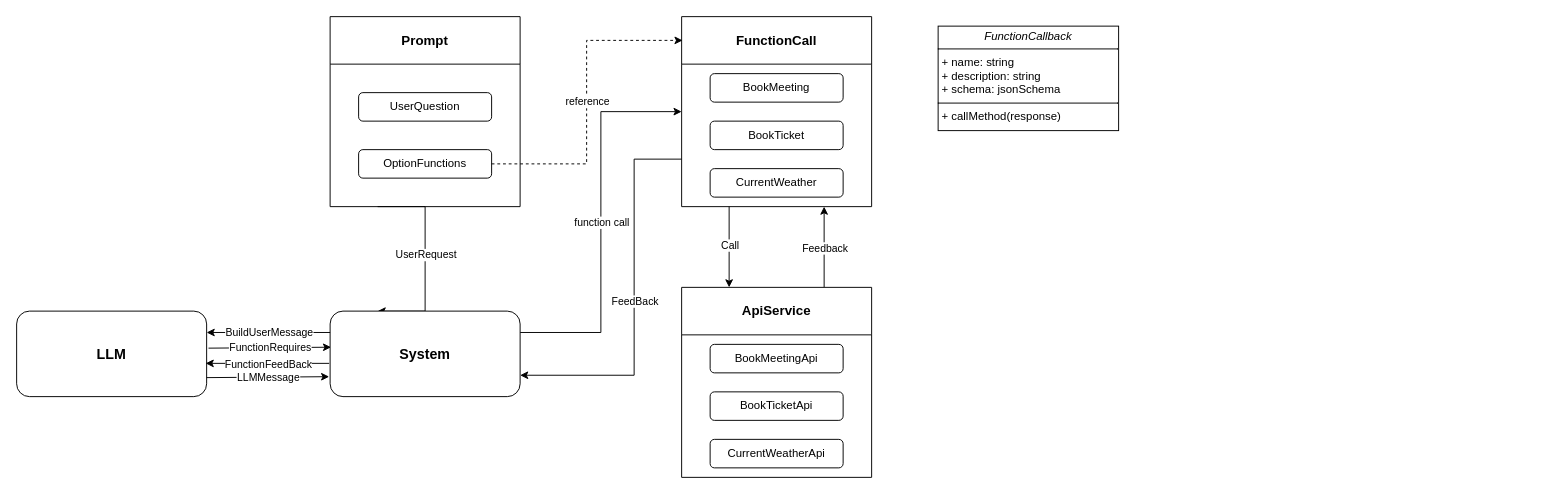
kejoe-zhang/configRepo keeps this draw.io diagram as page.drawio. Above is the earlier version. Source tidied: cells renumbered, new cells numbered last; positions are measured from the earlier drawing's top-left corner, leaving out a move shared by most shapes. Both pictures are drawn from the tidied source at 95%, with x=0, y=0 at pixel (16, 16).
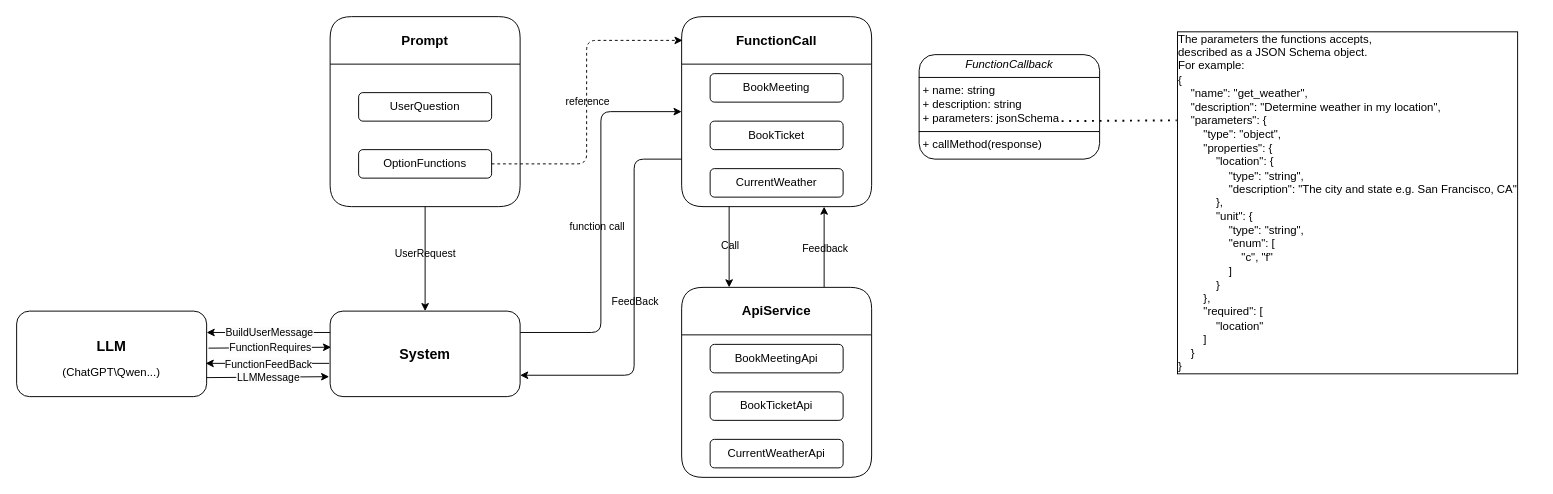
Above is the later version.

The edit, as a diff of the source:
```diff
@@
-    <mxCell id="2" style="edgeStyle=orthogonalEdgeStyle;rounded=0;jettySize=auto;html=1;exitX=0.25;exitY=1;exitDx=0;exitDy=0;entryX=0.25;entryY=0;entryDx=0;entryDy=0;" parent="1" edge="1" source="4" target="27">
-      <mxGeometry relative="1" as="geometry">
-        <Array as="points">
-          <mxPoint x="430" y="200" />
-          <mxPoint x="430" y="310" />
-        </Array>
-      </mxGeometry>
+    <mxCell id="2" value="UserRequest" style="edgeStyle=orthogonalEdgeStyle;rounded=1;jettySize=auto;html=1;exitX=0.5;exitY=1;exitDx=0;exitDy=0;entryX=0.5;entryY=0;entryDx=0;entryDy=0;labelBackgroundColor=none;fontColor=default;" parent="1" edge="1" source="4" target="27">
+      <mxGeometry x="-0.09" relative="1" as="geometry" />
     </mxCell>
-    <mxCell id="3" value="UserRequest" style="edgeLabel;html=1;align=center;verticalAlign=middle;" parent="2" vertex="1">
-      <mxGeometry x="-0.42" relative="1" as="geometry">
-        <mxPoint y="39" as="offset" />
-      </mxGeometry>
-    </mxCell>
-    <mxCell id="4" value="Prompt" style="swimlane;startSize=50;fontSize=14;whiteSpace=wrap;" parent="1" vertex="1">
+    <mxCell id="4" value="Prompt" style="swimlane;startSize=50;fontSize=14;whiteSpace=wrap;rounded=1;labelBackgroundColor=none;" parent="1" vertex="1">
       <mxGeometry x="330" width="200" height="200" as="geometry" />
     </mxCell>
-    <mxCell id="5" value="UserQuestion" style="rounded=1;whiteSpace=wrap;html=1;" parent="4" vertex="1">
+    <mxCell id="5" value="UserQuestion" style="rounded=1;whiteSpace=wrap;html=1;labelBackgroundColor=none;" parent="4" vertex="1">
       <mxGeometry x="30" y="80" width="140" height="30" as="geometry" />
     </mxCell>
-    <mxCell id="6" value="OptionFunctions" style="rounded=1;whiteSpace=wrap;html=1;" parent="4" vertex="1">
+    <mxCell id="6" value="OptionFunctions" style="rounded=1;whiteSpace=wrap;html=1;labelBackgroundColor=none;" parent="4" vertex="1">
       <mxGeometry x="30" y="140" width="140" height="30" as="geometry" />
     </mxCell>
-    <mxCell id="7" style="edgeStyle=orthogonalEdgeStyle;rounded=0;jettySize=auto;html=1;exitX=0.25;exitY=1;exitDx=0;exitDy=0;entryX=0.25;entryY=0;entryDx=0;entryDy=0;" parent="1" edge="1" source="13" target="19">
+    <mxCell id="7" style="edgeStyle=orthogonalEdgeStyle;rounded=1;jettySize=auto;html=1;exitX=0.25;exitY=1;exitDx=0;exitDy=0;entryX=0.25;entryY=0;entryDx=0;entryDy=0;labelBackgroundColor=none;fontColor=default;" parent="1" edge="1" source="13" target="19">
       <mxGeometry relative="1" as="geometry" />
     </mxCell>
-    <mxCell id="8" value="Call" style="edgeLabel;html=1;align=center;verticalAlign=middle;" parent="7" vertex="1">
+    <mxCell id="8" value="Call" style="edgeLabel;html=1;align=center;verticalAlign=middle;rounded=1;labelBackgroundColor=none;" parent="7" vertex="1">
       <mxGeometry x="-0.41" relative="1" as="geometry">
         <mxPoint y="15" as="offset" />
       </mxGeometry>
     </mxCell>
-    <mxCell id="9" style="edgeStyle=orthogonalEdgeStyle;rounded=0;jettySize=auto;html=1;exitX=0.75;exitY=1;exitDx=0;exitDy=0;entryX=0.75;entryY=0;entryDx=0;entryDy=0;endArrow=none;endFill=0;startArrow=classic;startFill=1;" parent="1" edge="1" source="13" target="19">
+    <mxCell id="9" style="edgeStyle=orthogonalEdgeStyle;rounded=1;jettySize=auto;html=1;exitX=0.75;exitY=1;exitDx=0;exitDy=0;entryX=0.75;entryY=0;entryDx=0;entryDy=0;endArrow=none;endFill=0;startArrow=classic;startFill=1;labelBackgroundColor=none;fontColor=default;" parent="1" edge="1" source="13" target="19">
       <mxGeometry relative="1" as="geometry" />
     </mxCell>
-    <mxCell id="10" value="Feedback" style="edgeLabel;html=1;align=center;verticalAlign=middle;" parent="9" vertex="1">
+    <mxCell id="10" value="Feedback" style="edgeLabel;html=1;align=center;verticalAlign=middle;rounded=1;labelBackgroundColor=none;" parent="9" vertex="1">
       <mxGeometry relative="1" as="geometry" />
     </mxCell>
-    <mxCell id="11" style="edgeStyle=orthogonalEdgeStyle;rounded=0;jettySize=auto;html=1;exitX=0;exitY=0.75;exitDx=0;exitDy=0;entryX=1;entryY=0.75;entryDx=0;entryDy=0;" parent="1" edge="1" source="13" target="27">
+    <mxCell id="11" style="edgeStyle=orthogonalEdgeStyle;rounded=1;jettySize=auto;html=1;exitX=0;exitY=0.75;exitDx=0;exitDy=0;entryX=1;entryY=0.75;entryDx=0;entryDy=0;labelBackgroundColor=none;fontColor=default;" parent="1" edge="1" source="13" target="27">
       <mxGeometry relative="1" as="geometry">
         <Array as="points">
           <mxPoint x="650" y="150" />
           <mxPoint x="650" y="378" />
         </Array>
       </mxGeometry>
     </mxCell>
-    <mxCell id="12" value="FeedBack" style="edgeLabel;html=1;align=center;verticalAlign=middle;" parent="11" vertex="1">
+    <mxCell id="12" value="FeedBack" style="edgeLabel;html=1;align=center;verticalAlign=middle;rounded=1;labelBackgroundColor=none;" parent="11" vertex="1">
       <mxGeometry relative="1" as="geometry" />
     </mxCell>
-    <mxCell id="13" value="FunctionCall" style="swimlane;startSize=50;fontSize=14;whiteSpace=wrap;" parent="1" vertex="1">
+    <mxCell id="13" value="FunctionCall" style="swimlane;startSize=50;fontSize=14;whiteSpace=wrap;rounded=1;labelBackgroundColor=none;" parent="1" vertex="1">
       <mxGeometry x="700" width="200" height="200" as="geometry" />
     </mxCell>
-    <mxCell id="14" value="BookMeeting" style="rounded=1;whiteSpace=wrap;html=1;" parent="13" vertex="1">
+    <mxCell id="14" value="BookMeeting" style="rounded=1;whiteSpace=wrap;html=1;labelBackgroundColor=none;" parent="13" vertex="1">
       <mxGeometry x="30" y="60" width="140" height="30" as="geometry" />
     </mxCell>
-    <mxCell id="15" value="BookTicket" style="rounded=1;whiteSpace=wrap;html=1;" parent="13" vertex="1">
+    <mxCell id="15" value="BookTicket" style="rounded=1;whiteSpace=wrap;html=1;labelBackgroundColor=none;" parent="13" vertex="1">
       <mxGeometry x="30" y="110" width="140" height="30" as="geometry" />
     </mxCell>
-    <mxCell id="16" value="CurrentWeather" style="rounded=1;whiteSpace=wrap;html=1;" parent="13" vertex="1">
+    <mxCell id="16" value="CurrentWeather" style="rounded=1;whiteSpace=wrap;html=1;labelBackgroundColor=none;" parent="13" vertex="1">
       <mxGeometry x="30" y="160" width="140" height="30" as="geometry" />
     </mxCell>
-    <mxCell id="17" value="LLM" style="rounded=1;whiteSpace=wrap;html=1;fontSize=15;fontStyle=1;" parent="1" vertex="1">
+    <mxCell id="17" value="&lt;p style=&quot;line-height: 0%; padding-bottom: 0px; margin-top: -2px;&quot;&gt;LLM&lt;/p&gt;" style="rounded=1;whiteSpace=wrap;html=1;fontSize=15;fontStyle=1;verticalAlign=middle;horizontal=1;glass=0;labelBorderColor=none;labelBackgroundColor=none;direction=east;" parent="1" vertex="1">
       <mxGeometry y="310" width="200" height="90" as="geometry" />
     </mxCell>
-    <mxCell id="18" value="&lt;p style=&quot;margin:0px;margin-top:4px;text-align:center;&quot;&gt;&lt;i&gt;FunctionCallback&lt;/i&gt;&lt;/p&gt;&lt;hr size=&quot;1&quot; style=&quot;border-style:solid;&quot;&gt;&lt;p style=&quot;margin:0px;margin-left:4px;&quot;&gt;+ name: string&lt;br&gt;+ description: string&lt;/p&gt;&lt;p style=&quot;margin:0px;margin-left:4px;&quot;&gt;+ schema: jsonSchema&lt;/p&gt;&lt;hr size=&quot;1&quot; style=&quot;border-style:solid;&quot;&gt;&lt;p style=&quot;margin:0px;margin-left:4px;&quot;&gt;+ callMethod(response)&lt;/p&gt;" style="verticalAlign=top;align=left;overflow=fill;html=1;whiteSpace=wrap;" parent="1" vertex="1">
-      <mxGeometry x="970" y="10" width="190" height="110" as="geometry" />
+    <mxCell id="18" value="&lt;p style=&quot;margin:0px;margin-top:4px;text-align:center;&quot;&gt;&lt;i&gt;FunctionCallback&lt;/i&gt;&lt;/p&gt;&lt;hr size=&quot;1&quot; style=&quot;border-style:solid;&quot;&gt;&lt;p style=&quot;margin:0px;margin-left:4px;&quot;&gt;+ name: string&lt;br&gt;+ description: string&lt;/p&gt;&lt;p style=&quot;margin:0px;margin-left:4px;&quot;&gt;+ parameters: jsonSchema&lt;/p&gt;&lt;hr size=&quot;1&quot; style=&quot;border-style:solid;&quot;&gt;&lt;p style=&quot;margin:0px;margin-left:4px;&quot;&gt;+ callMethod(response)&lt;/p&gt;" style="verticalAlign=top;align=left;overflow=fill;html=1;whiteSpace=wrap;rounded=1;labelBackgroundColor=none;" parent="1" vertex="1">
+      <mxGeometry x="950" y="40" width="190" height="110" as="geometry" />
     </mxCell>
-    <mxCell id="19" value="ApiService" style="swimlane;startSize=50;whiteSpace=wrap;fontSize=14;" parent="1" vertex="1">
+    <mxCell id="19" value="ApiService" style="swimlane;startSize=50;whiteSpace=wrap;fontSize=14;rounded=1;labelBackgroundColor=none;" parent="1" vertex="1">
       <mxGeometry x="700" y="285" width="200" height="200" as="geometry" />
     </mxCell>
-    <mxCell id="20" value="BookMeetingApi" style="rounded=1;whiteSpace=wrap;html=1;" parent="19" vertex="1">
+    <mxCell id="20" value="BookMeetingApi" style="rounded=1;whiteSpace=wrap;html=1;labelBackgroundColor=none;" parent="19" vertex="1">
       <mxGeometry x="30" y="60" width="140" height="30" as="geometry" />
     </mxCell>
-    <mxCell id="21" value="BookTicketApi" style="rounded=1;whiteSpace=wrap;html=1;" parent="19" vertex="1">
+    <mxCell id="21" value="BookTicketApi" style="rounded=1;whiteSpace=wrap;html=1;labelBackgroundColor=none;" parent="19" vertex="1">
       <mxGeometry x="30" y="110" width="140" height="30" as="geometry" />
     </mxCell>
-    <mxCell id="22" value="CurrentWeatherApi" style="rounded=1;whiteSpace=wrap;html=1;" parent="19" vertex="1">
+    <mxCell id="22" value="CurrentWeatherApi" style="rounded=1;whiteSpace=wrap;html=1;labelBackgroundColor=none;" parent="19" vertex="1">
       <mxGeometry x="30" y="160" width="140" height="30" as="geometry" />
     </mxCell>
-    <mxCell id="23" style="edgeStyle=orthogonalEdgeStyle;rounded=0;jettySize=auto;html=1;exitX=1;exitY=0.5;exitDx=0;exitDy=0;entryX=0.005;entryY=0.125;entryDx=0;entryDy=0;entryPerimeter=0;dashed=1;" parent="1" edge="1" source="6" target="13">
+    <mxCell id="23" style="edgeStyle=orthogonalEdgeStyle;rounded=1;jettySize=auto;html=1;exitX=1;exitY=0.5;exitDx=0;exitDy=0;entryX=0.005;entryY=0.125;entryDx=0;entryDy=0;entryPerimeter=0;dashed=1;labelBackgroundColor=none;fontColor=default;" parent="1" edge="1" source="6" target="13">
       <mxGeometry relative="1" as="geometry" />
     </mxCell>
-    <mxCell id="24" value="reference" style="edgeLabel;html=1;align=center;verticalAlign=middle;" parent="23" vertex="1">
+    <mxCell id="24" value="reference" style="edgeLabel;html=1;align=center;verticalAlign=middle;rounded=1;labelBackgroundColor=none;" parent="23" vertex="1">
       <mxGeometry relative="1" as="geometry" />
     </mxCell>
-    <mxCell id="25" style="edgeStyle=orthogonalEdgeStyle;rounded=0;jettySize=auto;html=1;exitX=1;exitY=0.25;exitDx=0;exitDy=0;entryX=0;entryY=0.5;entryDx=0;entryDy=0;" parent="1" edge="1" source="27" target="13">
+    <mxCell id="25" style="edgeStyle=orthogonalEdgeStyle;rounded=1;jettySize=auto;html=1;exitX=1;exitY=0.25;exitDx=0;exitDy=0;entryX=0;entryY=0.5;entryDx=0;entryDy=0;labelBackgroundColor=none;fontColor=default;" parent="1" edge="1" source="27" target="13">
       <mxGeometry relative="1" as="geometry" />
     </mxCell>
-    <mxCell id="26" value="function call" style="edgeLabel;html=1;align=center;verticalAlign=middle;" parent="25" vertex="1">
-      <mxGeometry relative="1" as="geometry" />
+    <mxCell id="26" value="function call" style="edgeLabel;html=1;align=center;verticalAlign=middle;rounded=1;labelBackgroundColor=none;" parent="25" vertex="1">
+      <mxGeometry relative="1" as="geometry">
+        <mxPoint x="-5" y="4" as="offset" />
+      </mxGeometry>
     </mxCell>
-    <mxCell id="27" value="System" style="rounded=1;whiteSpace=wrap;html=1;fontSize=15;fontStyle=1;" parent="1" vertex="1">
+    <mxCell id="27" value="System" style="rounded=1;whiteSpace=wrap;html=1;fontSize=15;fontStyle=1;labelBackgroundColor=none;" parent="1" vertex="1">
       <mxGeometry x="330" y="310" width="200" height="90" as="geometry" />
     </mxCell>
-    <mxCell id="28" style="endArrow=classic;html=1;rounded=0;entryX=1;entryY=0.25;entryDx=0;entryDy=0;exitX=0;exitY=0.25;exitDx=0;exitDy=0;" parent="1" edge="1" source="27" target="17">
+    <mxCell id="28" style="endArrow=classic;html=1;rounded=1;entryX=1;entryY=0.25;entryDx=0;entryDy=0;exitX=0;exitY=0.25;exitDx=0;exitDy=0;labelBackgroundColor=none;fontColor=default;" parent="1" edge="1" source="27" target="17">
       <mxGeometry relative="1" as="geometry" />
     </mxCell>
-    <mxCell id="29" value="BuildUserMessage" style="edgeLabel;html=1;align=center;verticalAlign=middle;" parent="28" vertex="1">
+    <mxCell id="29" value="&lt;span style=&quot;background-color: rgb(251, 251, 251);&quot;&gt;BuildUserMessage&lt;/span&gt;" style="edgeLabel;html=1;align=center;verticalAlign=middle;" parent="28" vertex="1">
       <mxGeometry relative="1" as="geometry" />
     </mxCell>
-    <mxCell id="30" style="endArrow=classic;html=1;rounded=0;exitX=1.01;exitY=0.433;exitDx=0;exitDy=0;exitPerimeter=0;entryX=0.005;entryY=0.422;entryDx=0;entryDy=0;entryPerimeter=0;" parent="1" edge="1" source="17" target="27">
+    <mxCell id="30" style="endArrow=classic;html=1;rounded=1;exitX=1.01;exitY=0.433;exitDx=0;exitDy=0;exitPerimeter=0;entryX=0.005;entryY=0.422;entryDx=0;entryDy=0;entryPerimeter=0;labelBackgroundColor=none;fontColor=default;" parent="1" edge="1" source="17" target="27">
       <mxGeometry relative="1" as="geometry" />
     </mxCell>
-    <mxCell id="31" value="FunctionRequires" style="edgeLabel;html=1;align=center;verticalAlign=middle;" parent="30" vertex="1">
+    <mxCell id="31" value="&lt;span style=&quot;background-color: rgb(251, 251, 251);&quot;&gt;FunctionRequires&lt;/span&gt;" style="edgeLabel;html=1;align=center;verticalAlign=middle;" parent="30" vertex="1">
       <mxGeometry relative="1" as="geometry" />
     </mxCell>
-    <mxCell id="32" style="endArrow=classic;html=1;rounded=0;entryX=1;entryY=0.25;entryDx=0;entryDy=0;exitX=0;exitY=0.25;exitDx=0;exitDy=0;" parent="1" edge="1">
+    <mxCell id="32" style="endArrow=classic;html=1;rounded=1;entryX=1;entryY=0.25;entryDx=0;entryDy=0;exitX=0;exitY=0.25;exitDx=0;exitDy=0;labelBackgroundColor=none;fontColor=default;" parent="1" edge="1">
       <mxGeometry relative="1" as="geometry">
         <mxPoint x="329" y="365" as="sourcePoint" />
         <mxPoint x="199" y="365" as="targetPoint" />
       </mxGeometry>
     </mxCell>
-    <mxCell id="33" value="FunctionFeedBack" style="edgeLabel;html=1;align=center;verticalAlign=middle;" parent="32" vertex="1">
+    <mxCell id="33" value="&lt;span style=&quot;background-color: rgb(251, 251, 251);&quot;&gt;FunctionFeedBack&lt;/span&gt;" style="edgeLabel;html=1;align=center;verticalAlign=middle;" parent="32" vertex="1">
       <mxGeometry relative="1" as="geometry" />
     </mxCell>
-    <mxCell id="34" style="endArrow=classic;html=1;rounded=0;exitX=1.01;exitY=0.433;exitDx=0;exitDy=0;exitPerimeter=0;entryX=0.005;entryY=0.422;entryDx=0;entryDy=0;entryPerimeter=0;" parent="1" edge="1">
+    <mxCell id="34" style="endArrow=classic;html=1;rounded=1;exitX=1.01;exitY=0.433;exitDx=0;exitDy=0;exitPerimeter=0;entryX=0.005;entryY=0.422;entryDx=0;entryDy=0;entryPerimeter=0;labelBackgroundColor=none;fontColor=default;" parent="1" edge="1">
       <mxGeometry relative="1" as="geometry">
         <mxPoint x="200" y="380" as="sourcePoint" />
         <mxPoint x="329" y="379" as="targetPoint" />
       </mxGeometry>
     </mxCell>
-    <mxCell id="35" value="LLMMessage" style="edgeLabel;html=1;align=center;verticalAlign=middle;" parent="34" vertex="1">
+    <mxCell id="35" value="&lt;span style=&quot;background-color: rgb(251, 251, 251);&quot;&gt;LLMMessage&lt;/span&gt;" style="edgeLabel;html=1;align=center;verticalAlign=middle;" parent="34" vertex="1">
       <mxGeometry relative="1" as="geometry" />
     </mxCell>
+    <mxCell id="36" value="&lt;div&gt;&lt;span style=&quot;text-wrap: wrap;&quot;&gt;The parameters the functions accepts,&amp;nbsp;&lt;/span&gt;&lt;/div&gt;&lt;div&gt;&lt;span style=&quot;text-wrap: wrap;&quot;&gt;described as a JSON Schema object.&amp;nbsp;&lt;/span&gt;&lt;/div&gt;&lt;div&gt;&lt;span style=&quot;text-wrap: wrap;&quot;&gt;For example:&lt;/span&gt;&lt;br&gt;&lt;/div&gt;{&lt;br&gt;&amp;nbsp; &amp;nbsp; &quot;name&quot;: &quot;get_weather&quot;,&lt;br&gt;&amp;nbsp; &amp;nbsp; &quot;description&quot;: &quot;Determine weather in my location&quot;,&lt;br&gt;&amp;nbsp; &amp;nbsp; &quot;parameters&quot;: {&lt;br&gt;&amp;nbsp; &amp;nbsp; &amp;nbsp; &amp;nbsp; &quot;type&quot;: &quot;object&quot;,&lt;br&gt;&amp;nbsp; &amp;nbsp; &amp;nbsp; &amp;nbsp; &quot;properties&quot;: {&lt;br&gt;&amp;nbsp; &amp;nbsp; &amp;nbsp; &amp;nbsp; &amp;nbsp; &amp;nbsp; &quot;location&quot;: {&lt;br&gt;&amp;nbsp; &amp;nbsp; &amp;nbsp; &amp;nbsp; &amp;nbsp; &amp;nbsp; &amp;nbsp; &amp;nbsp; &quot;type&quot;: &quot;string&quot;,&lt;br&gt;&amp;nbsp; &amp;nbsp; &amp;nbsp; &amp;nbsp; &amp;nbsp; &amp;nbsp; &amp;nbsp; &amp;nbsp; &quot;description&quot;: &quot;The city and state e.g. San Francisco, CA&quot;&lt;br&gt;&amp;nbsp; &amp;nbsp; &amp;nbsp; &amp;nbsp; &amp;nbsp; &amp;nbsp; },&lt;br&gt;&amp;nbsp; &amp;nbsp; &amp;nbsp; &amp;nbsp; &amp;nbsp; &amp;nbsp; &quot;unit&quot;: {&lt;br&gt;&amp;nbsp; &amp;nbsp; &amp;nbsp; &amp;nbsp; &amp;nbsp; &amp;nbsp; &amp;nbsp; &amp;nbsp; &quot;type&quot;: &quot;string&quot;,&lt;br&gt;&amp;nbsp; &amp;nbsp; &amp;nbsp; &amp;nbsp; &amp;nbsp; &amp;nbsp; &amp;nbsp; &amp;nbsp; &quot;enum&quot;: [&lt;br&gt;&amp;nbsp; &amp;nbsp; &amp;nbsp; &amp;nbsp; &amp;nbsp; &amp;nbsp; &amp;nbsp; &amp;nbsp; &amp;nbsp; &amp;nbsp; &quot;c&quot;, &quot;f&quot;&lt;br&gt;&amp;nbsp; &amp;nbsp; &amp;nbsp; &amp;nbsp; &amp;nbsp; &amp;nbsp; &amp;nbsp; &amp;nbsp; ]&lt;br&gt;&amp;nbsp; &amp;nbsp; &amp;nbsp; &amp;nbsp; &amp;nbsp; &amp;nbsp; }&lt;br&gt;&amp;nbsp; &amp;nbsp; &amp;nbsp; &amp;nbsp; },&lt;br&gt;&amp;nbsp; &amp;nbsp; &amp;nbsp; &amp;nbsp; &quot;required&quot;: [&lt;br&gt;&amp;nbsp; &amp;nbsp; &amp;nbsp; &amp;nbsp; &amp;nbsp; &amp;nbsp; &quot;location&quot;&lt;br&gt;&amp;nbsp; &amp;nbsp; &amp;nbsp; &amp;nbsp; ]&lt;br&gt;&amp;nbsp; &amp;nbsp; }&lt;br&gt;}" style="text;html=1;align=left;verticalAlign=middle;points=[];strokeColor=none;fillColor=none;labelBorderColor=default;spacingTop=2;rounded=1;labelBackgroundColor=none;" parent="1" vertex="1">
+      <mxGeometry x="1220" y="10" width="380" height="370" as="geometry" />
+    </mxCell>
+    <mxCell id="37" style="endArrow=none;dashed=1;html=1;dashPattern=1 3;strokeWidth=2;rounded=1;entryX=0.003;entryY=0.268;entryDx=0;entryDy=0;entryPerimeter=0;labelBackgroundColor=none;fontColor=default;" parent="1" edge="1" target="36">
+      <mxGeometry relative="1" as="geometry">
+        <mxPoint x="1100" y="110" as="sourcePoint" />
+      </mxGeometry>
+    </mxCell>
+    <mxCell id="38" value="(ChatGPT\Qwen...)" style="text;html=1;align=center;verticalAlign=middle;whiteSpace=wrap;rounded=1;labelBackgroundColor=none;" parent="1" vertex="1">
+      <mxGeometry x="70" y="360" width="60" height="30" as="geometry" />
+    </mxCell>
```
